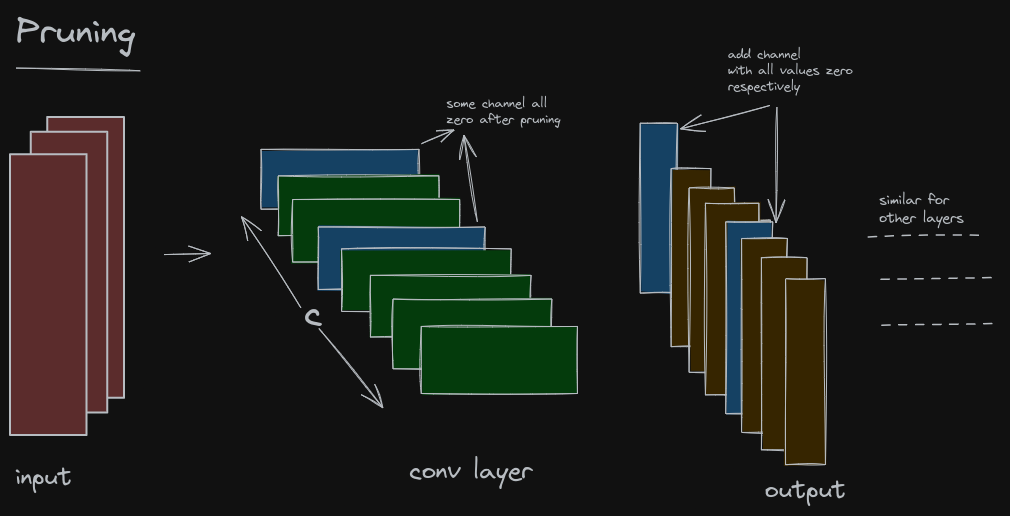
This is static/img/model_optimization/conv_layer.png from shulavkarki/shulav.github.io, a Excalidraw export, as it was before one commit. Source tidied: one line per element, renumbered; positions are measured from the earlier drawing's top-left corner, leaving out a move shared by most shapes.
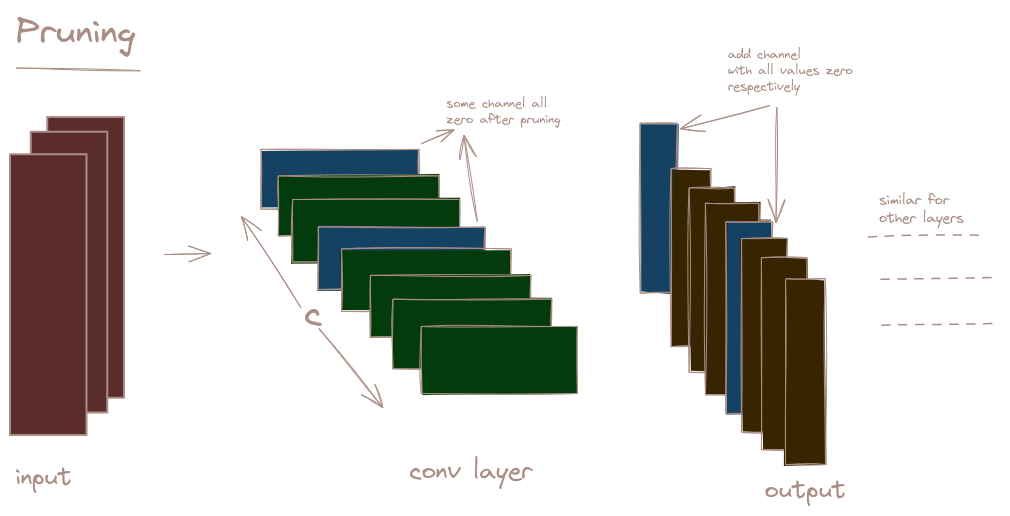
Above is the later version.

What changed in the source:
```diff
@@ -1,40 +1,40 @@
-{"id": 0, "type": "rectangle", "strokeColor": "#343a40", "backgroundColor": "#a5d8ff", "fillStyle": "solid", "strokeWidth": 1, "roughness": 1, "x": 251, "y": 139, "width": 158, "height": 60}
+{"id": 0, "type": "rectangle", "strokeColor": "#846358", "backgroundColor": "#a5d8ff", "fillStyle": "solid", "strokeWidth": 1, "roughness": 1, "x": 251, "y": 139, "width": 158, "height": 60}
-{"id": 1, "type": "rectangle", "strokeColor": "#343a40", "backgroundColor": "#b2f2bb", "fillStyle": "solid", "strokeWidth": 1, "roughness": 1, "x": 268, "y": 166, "width": 161, "height": 60}
+{"id": 1, "type": "rectangle", "strokeColor": "#846358", "backgroundColor": "#b2f2bb", "fillStyle": "solid", "strokeWidth": 1, "roughness": 1, "x": 268, "y": 166, "width": 161, "height": 60}
-{"id": 2, "type": "rectangle", "strokeColor": "#343a40", "backgroundColor": "#b2f2bb", "fillStyle": "solid", "strokeWidth": 1, "roughness": 1, "x": 283, "y": 190, "width": 167, "height": 63}
+{"id": 2, "type": "rectangle", "strokeColor": "#846358", "backgroundColor": "#b2f2bb", "fillStyle": "solid", "strokeWidth": 1, "roughness": 1, "x": 283, "y": 190, "width": 167, "height": 63}
-{"id": 3, "type": "rectangle", "strokeColor": "#343a40", "backgroundColor": "#a5d8ff", "fillStyle": "solid", "strokeWidth": 1, "roughness": 1, "x": 308, "y": 217, "width": 167, "height": 63}
+{"id": 3, "type": "rectangle", "strokeColor": "#846358", "backgroundColor": "#a5d8ff", "fillStyle": "solid", "strokeWidth": 1, "roughness": 1, "x": 308, "y": 217, "width": 167, "height": 63}
-{"id": 4, "type": "rectangle", "strokeColor": "#343a40", "backgroundColor": "#b2f2bb", "fillStyle": "solid", "strokeWidth": 1, "roughness": 1, "x": 383, "y": 263, "width": 40, "height": 40}
+{"id": 4, "type": "rectangle", "strokeColor": "#846358", "backgroundColor": "#b2f2bb", "fillStyle": "solid", "strokeWidth": 1, "roughness": 1, "x": 383, "y": 263, "width": 40, "height": 40}
-{"id": 5, "type": "rectangle", "strokeColor": "#343a40", "backgroundColor": "#b2f2bb", "fillStyle": "solid", "strokeWidth": 1, "roughness": 1, "x": 332, "y": 239, "width": 170, "height": 63}
+{"id": 5, "type": "rectangle", "strokeColor": "#846358", "backgroundColor": "#b2f2bb", "fillStyle": "solid", "strokeWidth": 1, "roughness": 1, "x": 332, "y": 239, "width": 170, "height": 63}
-{"id": 6, "type": "rectangle", "strokeColor": "#343a40", "backgroundColor": "#b2f2bb", "fillStyle": "solid", "strokeWidth": 1, "roughness": 1, "x": 360, "y": 265, "width": 161, "height": 62}
+{"id": 6, "type": "rectangle", "strokeColor": "#846358", "backgroundColor": "#b2f2bb", "fillStyle": "solid", "strokeWidth": 1, "roughness": 1, "x": 360, "y": 265, "width": 161, "height": 62}
-{"id": 7, "type": "rectangle", "strokeColor": "#343a40", "backgroundColor": "#b2f2bb", "fillStyle": "solid", "strokeWidth": 1, "roughness": 1, "x": 383, "y": 289, "width": 159, "height": 70}
+{"id": 7, "type": "rectangle", "strokeColor": "#846358", "backgroundColor": "#b2f2bb", "fillStyle": "solid", "strokeWidth": 1, "roughness": 1, "x": 383, "y": 289, "width": 159, "height": 70}
-{"id": 8, "type": "rectangle", "strokeColor": "#343a40", "backgroundColor": "#b2f2bb", "fillStyle": "solid", "strokeWidth": 1, "roughness": 1, "x": 411, "y": 316, "width": 156, "height": 67}
+{"id": 8, "type": "rectangle", "strokeColor": "#846358", "backgroundColor": "#b2f2bb", "fillStyle": "solid", "strokeWidth": 1, "roughness": 1, "x": 411, "y": 316, "width": 156, "height": 67}
-{"id": 9, "type": "rectangle", "strokeColor": "#343a40", "backgroundColor": "#ffc9c9", "fillStyle": "solid", "strokeWidth": 2, "roughness": 0, "x": 37, "y": 107, "width": 77, "height": 281}
+{"id": 9, "type": "rectangle", "strokeColor": "#846358", "backgroundColor": "#ffc9c9", "fillStyle": "solid", "strokeWidth": 2, "roughness": 0, "x": 37, "y": 107, "width": 77, "height": 281}
-{"id": 10, "type": "text", "text": "conv layer", "strokeColor": "#343a40", "backgroundColor": "#b2f2bb", "fillStyle": "hachure", "strokeWidth": 2, "roughness": 0, "fontSize": 24.98, "fontFamily": 1, "x": 399, "y": 447, "width": 123, "height": 31}
+{"id": 10, "type": "text", "text": "conv layer", "strokeColor": "#846358", "backgroundColor": "#b2f2bb", "fillStyle": "hachure", "strokeWidth": 2, "roughness": 0, "fontSize": 24.98, "fontFamily": 1, "x": 399, "y": 447, "width": 123, "height": 31}
-{"id": 11, "type": "text", "text": "Pruning", "strokeColor": "#343a40", "backgroundColor": "#b2f2bb", "fillStyle": "hachure", "strokeWidth": 2, "roughness": 0, "fontSize": 36, "fontFamily": 1, "x": 6, "y": 0, "width": 119, "height": 45}
+{"id": 11, "type": "text", "text": "Pruning", "strokeColor": "#846358", "backgroundColor": "#b2f2bb", "fillStyle": "hachure", "strokeWidth": 2, "roughness": 0, "fontSize": 36, "fontFamily": 1, "x": 6, "y": 0, "width": 119, "height": 45}
-{"id": 12, "type": "rectangle", "strokeColor": "#343a40", "backgroundColor": "#ffc9c9", "fillStyle": "solid", "strokeWidth": 2, "roughness": 0, "x": 21, "y": 122, "width": 77, "height": 281}
+{"id": 12, "type": "rectangle", "strokeColor": "#846358", "backgroundColor": "#ffc9c9", "fillStyle": "solid", "strokeWidth": 2, "roughness": 0, "x": 21, "y": 122, "width": 77, "height": 281}
-{"id": 13, "type": "rectangle", "strokeColor": "#343a40", "backgroundColor": "#ffc9c9", "fillStyle": "solid", "strokeWidth": 2, "roughness": 0, "x": 0, "y": 144, "width": 77, "height": 281}
+{"id": 13, "type": "rectangle", "strokeColor": "#846358", "backgroundColor": "#ffc9c9", "fillStyle": "solid", "strokeWidth": 2, "roughness": 0, "x": 0, "y": 144, "width": 77, "height": 281}
-{"id": 14, "type": "text", "text": "input", "strokeColor": "#343a40", "backgroundColor": "#ffc9c9", "fillStyle": "solid", "strokeWidth": 2, "roughness": 0, "fontSize": 24.47, "fontFamily": 1, "x": 5, "y": 452, "width": 57, "height": 31}
+{"id": 14, "type": "text", "text": "input", "strokeColor": "#846358", "backgroundColor": "#ffc9c9", "fillStyle": "solid", "strokeWidth": 2, "roughness": 0, "fontSize": 24.47, "fontFamily": 1, "x": 5, "y": 452, "width": 57, "height": 31}
-{"id": 15, "type": "arrow", "strokeColor": "#343a40", "strokeWidth": 1, "roughness": 1, "endArrowhead": "arrow", "from": 0, "to": 16, "x": 412, "y": 134, "width": 32, "height": 14, "points": [[0, 0], [32, -14]]}
+{"id": 15, "type": "arrow", "strokeColor": "#846358", "strokeWidth": 1, "roughness": 1, "endArrowhead": "arrow", "from": 0, "to": 16, "x": 412, "y": 134, "width": 32, "height": 14, "points": [[0, 0], [32, -14]]}
-{"id": 16, "type": "text", "text": "some channel all\nzero after pruning", "strokeColor": "#343a40", "strokeWidth": 1, "roughness": 1, "fontSize": 12.76, "fontFamily": 1, "x": 437, "y": 85, "width": 114, "height": 32}
+{"id": 16, "type": "text", "text": "some channel all\nzero after pruning", "strokeColor": "#846358", "strokeWidth": 1, "roughness": 1, "fontSize": 12.76, "fontFamily": 1, "x": 437, "y": 85, "width": 114, "height": 32}
-{"id": 17, "type": "rectangle", "strokeColor": "#343a40", "backgroundColor": "#a5d8ff", "fillStyle": "solid", "strokeWidth": 1, "roughness": 1, "x": 630, "y": 113, "width": 37, "height": 170}
+{"id": 17, "type": "rectangle", "strokeColor": "#846358", "backgroundColor": "#a5d8ff", "fillStyle": "solid", "strokeWidth": 1, "roughness": 1, "x": 630, "y": 113, "width": 37, "height": 170}
-{"id": 18, "type": "rectangle", "strokeColor": "#343a40", "backgroundColor": "#ffec99", "fillStyle": "solid", "strokeWidth": 1, "roughness": 1, "x": 661, "y": 159, "width": 40, "height": 178}
+{"id": 18, "type": "rectangle", "strokeColor": "#846358", "backgroundColor": "#ffec99", "fillStyle": "solid", "strokeWidth": 1, "roughness": 1, "x": 661, "y": 159, "width": 40, "height": 178}
-{"id": 19, "type": "rectangle", "strokeColor": "#343a40", "backgroundColor": "#ffec99", "fillStyle": "solid", "strokeWidth": 1, "roughness": 1, "x": 679, "y": 178, "width": 45, "height": 184}
+{"id": 19, "type": "rectangle", "strokeColor": "#846358", "backgroundColor": "#ffec99", "fillStyle": "solid", "strokeWidth": 1, "roughness": 1, "x": 679, "y": 178, "width": 45, "height": 184}
-{"id": 20, "type": "rectangle", "strokeColor": "#343a40", "backgroundColor": "#ffec99", "fillStyle": "solid", "strokeWidth": 1, "roughness": 1, "x": 732, "y": 210, "width": 28, "height": 28}
+{"id": 20, "type": "rectangle", "strokeColor": "#846358", "backgroundColor": "#ffec99", "fillStyle": "solid", "strokeWidth": 1, "roughness": 1, "x": 732, "y": 210, "width": 28, "height": 28}
-{"id": 21, "type": "rectangle", "strokeColor": "#343a40", "backgroundColor": "#ffec99", "fillStyle": "solid", "strokeWidth": 1, "roughness": 1, "x": 695, "y": 193, "width": 53, "height": 192}
+{"id": 21, "type": "rectangle", "strokeColor": "#846358", "backgroundColor": "#ffec99", "fillStyle": "solid", "strokeWidth": 1, "roughness": 1, "x": 695, "y": 193, "width": 53, "height": 192}
-{"id": 22, "type": "rectangle", "strokeColor": "#343a40", "backgroundColor": "#a5d8ff", "fillStyle": "solid", "strokeWidth": 1, "roughness": 1, "x": 716, "y": 212, "width": 47, "height": 192}
+{"id": 22, "type": "rectangle", "strokeColor": "#846358", "backgroundColor": "#a5d8ff", "fillStyle": "solid", "strokeWidth": 1, "roughness": 1, "x": 716, "y": 212, "width": 47, "height": 192}
-{"id": 23, "type": "rectangle", "strokeColor": "#343a40", "backgroundColor": "#ffec99", "fillStyle": "solid", "strokeWidth": 1, "roughness": 1, "x": 732, "y": 228, "width": 46, "height": 194}
+{"id": 23, "type": "rectangle", "strokeColor": "#846358", "backgroundColor": "#ffec99", "fillStyle": "solid", "strokeWidth": 1, "roughness": 1, "x": 732, "y": 228, "width": 46, "height": 194}
-{"id": 24, "type": "rectangle", "strokeColor": "#343a40", "backgroundColor": "#ffec99", "fillStyle": "solid", "strokeWidth": 1, "roughness": 1, "x": 751, "y": 248, "width": 46, "height": 192}
+{"id": 24, "type": "rectangle", "strokeColor": "#846358", "backgroundColor": "#ffec99", "fillStyle": "solid", "strokeWidth": 1, "roughness": 1, "x": 751, "y": 248, "width": 46, "height": 192}
-{"id": 25, "type": "arrow", "strokeColor": "#343a40", "strokeWidth": 1, "roughness": 1, "endArrowhead": "arrow", "from": 27, "x": 291, "y": 298, "width": 59, "height": 91, "points": [[0, 0], [-59, -91]]}
+{"id": 25, "type": "arrow", "strokeColor": "#846358", "strokeWidth": 1, "roughness": 1, "endArrowhead": "arrow", "from": 27, "x": 291, "y": 298, "width": 59, "height": 91, "points": [[0, 0], [-59, -91]]}
-{"id": 26, "type": "arrow", "strokeColor": "#343a40", "strokeWidth": 1, "roughness": 1, "endArrowhead": "arrow", "x": 309, "y": 318, "width": 64, "height": 79, "points": [[0, 0], [64, 79]]}
+{"id": 26, "type": "arrow", "strokeColor": "#846358", "strokeWidth": 1, "roughness": 1, "endArrowhead": "arrow", "x": 309, "y": 318, "width": 64, "height": 79, "points": [[0, 0], [64, 79]]}
-{"id": 27, "type": "text", "text": "c", "strokeColor": "#343a40", "strokeWidth": 1, "roughness": 1, "fontSize": 36, "fontFamily": 1, "x": 294, "y": 282, "width": 18, "height": 45}
+{"id": 27, "type": "text", "text": "c", "strokeColor": "#846358", "strokeWidth": 1, "roughness": 1, "fontSize": 36, "fontFamily": 1, "x": 294, "y": 282, "width": 18, "height": 45}
-{"id": 28, "type": "rectangle", "strokeColor": "#343a40", "backgroundColor": "#ffec99", "fillStyle": "solid", "strokeWidth": 1, "roughness": 1, "x": 776, "y": 269, "width": 40, "height": 186}
+{"id": 28, "type": "rectangle", "strokeColor": "#846358", "backgroundColor": "#ffec99", "fillStyle": "solid", "strokeWidth": 1, "roughness": 1, "x": 776, "y": 269, "width": 40, "height": 186}
-{"id": 29, "type": "arrow", "strokeColor": "#343a40", "strokeWidth": 1, "roughness": 1, "endArrowhead": "arrow", "from": 30, "to": 17, "x": 760, "y": 95, "width": 89, "height": 23, "points": [[0, 0], [-89, 23]]}
+{"id": 29, "type": "arrow", "strokeColor": "#846358", "strokeWidth": 1, "roughness": 1, "endArrowhead": "arrow", "from": 30, "to": 17, "x": 760, "y": 95, "width": 89, "height": 23, "points": [[0, 0], [-89, 23]]}
-{"id": 30, "type": "text", "text": "add channel \nwith all values zero\nrespectively", "strokeColor": "#343a40", "strokeWidth": 1, "roughness": 1, "fontSize": 12.78, "fontFamily": 1, "x": 718, "y": 37, "width": 125, "height": 48}
+{"id": 30, "type": "text", "text": "add channel \nwith all values zero\nrespectively", "strokeColor": "#846358", "strokeWidth": 1, "roughness": 1, "fontSize": 12.78, "fontFamily": 1, "x": 718, "y": 37, "width": 125, "height": 48}
-{"id": 31, "type": "line", "strokeColor": "#343a40", "backgroundColor": "#ffec99", "fillStyle": "solid", "strokeWidth": 1, "strokeStyle": "dashed", "roughness": 1, "x": 858, "y": 227, "width": 119, "height": 2, "points": [[0, 0], [119, -2]]}
+{"id": 31, "type": "line", "strokeColor": "#846358", "backgroundColor": "#ffec99", "fillStyle": "solid", "strokeWidth": 1, "strokeStyle": "dashed", "roughness": 1, "x": 858, "y": 227, "width": 119, "height": 2, "points": [[0, 0], [119, -2]]}
-{"id": 32, "type": "line", "strokeColor": "#343a40", "backgroundColor": "#ffec99", "fillStyle": "solid", "strokeWidth": 1, "strokeStyle": "dashed", "roughness": 1, "x": 871, "y": 269, "width": 119, "height": 2, "points": [[0, 0], [119, -2]]}
+{"id": 32, "type": "line", "strokeColor": "#846358", "backgroundColor": "#ffec99", "fillStyle": "solid", "strokeWidth": 1, "strokeStyle": "dashed", "roughness": 1, "x": 871, "y": 269, "width": 119, "height": 2, "points": [[0, 0], [119, -2]]}
-{"id": 33, "type": "line", "strokeColor": "#343a40", "backgroundColor": "#ffec99", "fillStyle": "solid", "strokeWidth": 1, "strokeStyle": "dashed", "roughness": 1, "x": 872, "y": 315, "width": 119, "height": 2, "points": [[0, 0], [119, -2]]}
+{"id": 33, "type": "line", "strokeColor": "#846358", "backgroundColor": "#ffec99", "fillStyle": "solid", "strokeWidth": 1, "strokeStyle": "dashed", "roughness": 1, "x": 872, "y": 315, "width": 119, "height": 2, "points": [[0, 0], [119, -2]]}
-{"id": 34, "type": "arrow", "strokeColor": "#343a40", "backgroundColor": "#a5d8ff", "fillStyle": "solid", "strokeWidth": 1, "roughness": 1, "endArrowhead": "arrow", "from": 3, "to": 16, "x": 467, "y": 212, "width": 13, "height": 86, "points": [[0, 0], [-13, -86]]}
+{"id": 34, "type": "arrow", "strokeColor": "#846358", "backgroundColor": "#a5d8ff", "fillStyle": "solid", "strokeWidth": 1, "roughness": 1, "endArrowhead": "arrow", "from": 3, "to": 16, "x": 467, "y": 212, "width": 13, "height": 86, "points": [[0, 0], [-13, -86]]}
-{"id": 35, "type": "arrow", "strokeColor": "#343a40", "backgroundColor": "#a5d8ff", "fillStyle": "solid", "strokeWidth": 1, "roughness": 1, "endArrowhead": "arrow", "from": 30, "to": 23, "x": 767, "y": 97, "width": 1, "height": 116, "points": [[0, 0], [-1, 116]]}
+{"id": 35, "type": "arrow", "strokeColor": "#846358", "backgroundColor": "#a5d8ff", "fillStyle": "solid", "strokeWidth": 1, "roughness": 1, "endArrowhead": "arrow", "from": 30, "to": 23, "x": 767, "y": 97, "width": 1, "height": 116, "points": [[0, 0], [-1, 116]]}
-{"id": 36, "type": "line", "strokeColor": "#343a40", "backgroundColor": "#a5d8ff", "fillStyle": "solid", "strokeWidth": 1, "roughness": 1, "x": 6, "y": 58, "width": 124, "height": 3, "points": [[0, 0], [124, 3]]}
+{"id": 36, "type": "line", "strokeColor": "#846358", "backgroundColor": "#a5d8ff", "fillStyle": "solid", "strokeWidth": 1, "roughness": 1, "x": 6, "y": 58, "width": 124, "height": 3, "points": [[0, 0], [124, 3]]}
-{"id": 37, "type": "text", "text": "similar for \nother layers", "strokeColor": "#343a40", "strokeWidth": 1, "roughness": 0, "fontSize": 14.14, "fontFamily": 1, "x": 869, "y": 182, "width": 85, "height": 35}
+{"id": 37, "type": "text", "text": "similar for \nother layers", "strokeColor": "#846358", "strokeWidth": 1, "roughness": 0, "fontSize": 14.14, "fontFamily": 1, "x": 869, "y": 182, "width": 85, "height": 35}
-{"id": 38, "type": "arrow", "strokeColor": "#343a40", "strokeWidth": 1, "roughness": 0, "endArrowhead": "arrow", "x": 154, "y": 245, "width": 47, "height": 1, "points": [[0, 0], [47, -1]]}
+{"id": 38, "type": "arrow", "strokeColor": "#846358", "strokeWidth": 1, "roughness": 0, "endArrowhead": "arrow", "x": 154, "y": 245, "width": 47, "height": 1, "points": [[0, 0], [47, -1]]}
-{"id": 39, "type": "text", "text": "output", "strokeColor": "#343a40", "backgroundColor": "#ffc9c9", "fillStyle": "solid", "strokeWidth": 2, "roughness": 0, "fontSize": 24.47, "fontFamily": 1, "x": 755, "y": 466, "width": 81, "height": 31}
+{"id": 39, "type": "text", "text": "output", "strokeColor": "#846358", "backgroundColor": "#ffc9c9", "fillStyle": "solid", "strokeWidth": 2, "roughness": 0, "fontSize": 24.47, "fontFamily": 1, "x": 755, "y": 466, "width": 81, "height": 31}
```
